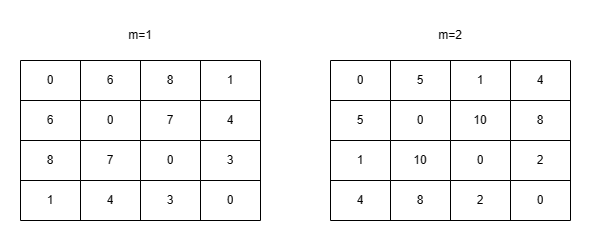
Before: drawio/PQ5.drawio.png, a diagram exported from draw.io (AirGalaxy/faiss_note). Source tidied: cells renumbered, new cells last; positions are measured from the earlier drawing's top-left corner, leaving out a move shared by most shapes.
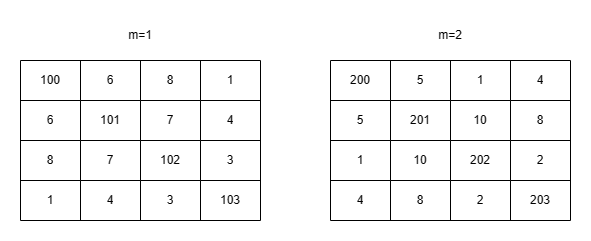
The same diagram one commit later.

Diff of the diagram source:
```diff
@@ -8,7 +8,7 @@
     <mxCell id="3" style="shape=tableRow;horizontal=0;startSize=0;swimlaneHead=0;swimlaneBody=0;strokeColor=inherit;top=0;left=0;bottom=0;right=0;fillColor=none;" parent="2" vertex="1">
       <mxGeometry width="240" height="40" as="geometry" />
     </mxCell>
-    <mxCell id="4" value="0" style="shape=partialRectangle;html=1;whiteSpace=wrap;strokeColor=inherit;overflow=hidden;fillColor=none;top=0;left=0;bottom=0;right=0;" parent="3" vertex="1">
+    <mxCell id="4" value="100" style="shape=partialRectangle;html=1;whiteSpace=wrap;strokeColor=inherit;overflow=hidden;fillColor=none;top=0;left=0;bottom=0;right=0;" parent="3" vertex="1">
       <mxGeometry width="60" height="40" as="geometry" />
     </mxCell>
     <mxCell id="5" value="6" style="shape=partialRectangle;html=1;whiteSpace=wrap;strokeColor=inherit;overflow=hidden;fillColor=none;top=0;left=0;bottom=0;right=0;" parent="3" vertex="1">
@@ -26,7 +26,7 @@
     <mxCell id="9" value="6" style="shape=partialRectangle;html=1;whiteSpace=wrap;strokeColor=inherit;overflow=hidden;fillColor=none;top=0;left=0;bottom=0;right=0;" parent="8" vertex="1">
       <mxGeometry width="60" height="40" as="geometry" />
     </mxCell>
-    <mxCell id="10" value="0" style="shape=partialRectangle;html=1;whiteSpace=wrap;strokeColor=inherit;overflow=hidden;fillColor=none;top=0;left=0;bottom=0;right=0;" parent="8" vertex="1">
+    <mxCell id="10" value="101" style="shape=partialRectangle;html=1;whiteSpace=wrap;strokeColor=inherit;overflow=hidden;fillColor=none;top=0;left=0;bottom=0;right=0;" parent="8" vertex="1">
       <mxGeometry x="60" width="60" height="40" as="geometry" />
     </mxCell>
     <mxCell id="11" value="7" style="shape=partialRectangle;html=1;whiteSpace=wrap;strokeColor=inherit;overflow=hidden;fillColor=none;top=0;left=0;bottom=0;right=0;" parent="8" vertex="1">
@@ -44,7 +44,7 @@
     <mxCell id="15" value="7" style="shape=partialRectangle;html=1;whiteSpace=wrap;strokeColor=inherit;overflow=hidden;fillColor=none;top=0;left=0;bottom=0;right=0;" parent="13" vertex="1">
       <mxGeometry x="60" width="60" height="40" as="geometry" />
     </mxCell>
-    <mxCell id="16" value="0" style="shape=partialRectangle;html=1;whiteSpace=wrap;strokeColor=inherit;overflow=hidden;fillColor=none;top=0;left=0;bottom=0;right=0;" parent="13" vertex="1">
+    <mxCell id="16" value="102" style="shape=partialRectangle;html=1;whiteSpace=wrap;strokeColor=inherit;overflow=hidden;fillColor=none;top=0;left=0;bottom=0;right=0;" parent="13" vertex="1">
       <mxGeometry x="120" width="60" height="40" as="geometry" />
     </mxCell>
     <mxCell id="17" value="3" style="shape=partialRectangle;html=1;whiteSpace=wrap;strokeColor=inherit;overflow=hidden;fillColor=none;top=0;left=0;bottom=0;right=0;" parent="13" vertex="1">
@@ -62,7 +62,7 @@
     <mxCell id="21" value="3" style="shape=partialRectangle;html=1;whiteSpace=wrap;strokeColor=inherit;overflow=hidden;fillColor=none;top=0;left=0;bottom=0;right=0;" parent="18" vertex="1">
       <mxGeometry x="120" width="60" height="40" as="geometry" />
     </mxCell>
-    <mxCell id="22" value="0" style="shape=partialRectangle;html=1;whiteSpace=wrap;strokeColor=inherit;overflow=hidden;fillColor=none;top=0;left=0;bottom=0;right=0;" parent="18" vertex="1">
+    <mxCell id="22" value="103" style="shape=partialRectangle;html=1;whiteSpace=wrap;strokeColor=inherit;overflow=hidden;fillColor=none;top=0;left=0;bottom=0;right=0;" parent="18" vertex="1">
       <mxGeometry x="180" width="60" height="40" as="geometry" />
     </mxCell>
     <mxCell id="23" value="m=1" style="text;strokeColor=none;align=center;fillColor=none;html=1;verticalAlign=middle;whiteSpace=wrap;rounded=0;" parent="1" vertex="1">
@@ -74,7 +74,7 @@
     <mxCell id="25" style="shape=tableRow;horizontal=0;startSize=0;swimlaneHead=0;swimlaneBody=0;strokeColor=inherit;top=0;left=0;bottom=0;right=0;fillColor=none;" parent="24" vertex="1">
       <mxGeometry width="240" height="40" as="geometry" />
     </mxCell>
-    <mxCell id="26" value="0" style="shape=partialRectangle;html=1;whiteSpace=wrap;strokeColor=inherit;overflow=hidden;fillColor=none;top=0;left=0;bottom=0;right=0;" parent="25" vertex="1">
+    <mxCell id="26" value="200" style="shape=partialRectangle;html=1;whiteSpace=wrap;strokeColor=inherit;overflow=hidden;fillColor=none;top=0;left=0;bottom=0;right=0;" parent="25" vertex="1">
       <mxGeometry width="60" height="40" as="geometry" />
     </mxCell>
     <mxCell id="27" value="5" style="shape=partialRectangle;html=1;whiteSpace=wrap;strokeColor=inherit;overflow=hidden;fillColor=none;top=0;left=0;bottom=0;right=0;" parent="25" vertex="1">
@@ -92,7 +92,7 @@
     <mxCell id="31" value="5" style="shape=partialRectangle;html=1;whiteSpace=wrap;strokeColor=inherit;overflow=hidden;fillColor=none;top=0;left=0;bottom=0;right=0;" parent="30" vertex="1">
       <mxGeometry width="60" height="40" as="geometry" />
     </mxCell>
-    <mxCell id="32" value="0" style="shape=partialRectangle;html=1;whiteSpace=wrap;strokeColor=inherit;overflow=hidden;fillColor=none;top=0;left=0;bottom=0;right=0;" parent="30" vertex="1">
+    <mxCell id="32" value="201" style="shape=partialRectangle;html=1;whiteSpace=wrap;strokeColor=inherit;overflow=hidden;fillColor=none;top=0;left=0;bottom=0;right=0;" parent="30" vertex="1">
       <mxGeometry x="60" width="60" height="40" as="geometry" />
     </mxCell>
     <mxCell id="33" value="10" style="shape=partialRectangle;html=1;whiteSpace=wrap;strokeColor=inherit;overflow=hidden;fillColor=none;top=0;left=0;bottom=0;right=0;" parent="30" vertex="1">
@@ -110,7 +110,7 @@
     <mxCell id="37" value="10" style="shape=partialRectangle;html=1;whiteSpace=wrap;strokeColor=inherit;overflow=hidden;fillColor=none;top=0;left=0;bottom=0;right=0;" parent="35" vertex="1">
       <mxGeometry x="60" width="60" height="40" as="geometry" />
     </mxCell>
-    <mxCell id="38" value="0" style="shape=partialRectangle;html=1;whiteSpace=wrap;strokeColor=inherit;overflow=hidden;fillColor=none;top=0;left=0;bottom=0;right=0;" parent="35" vertex="1">
+    <mxCell id="38" value="202" style="shape=partialRectangle;html=1;whiteSpace=wrap;strokeColor=inherit;overflow=hidden;fillColor=none;top=0;left=0;bottom=0;right=0;" parent="35" vertex="1">
       <mxGeometry x="120" width="60" height="40" as="geometry" />
     </mxCell>
     <mxCell id="39" value="2" style="shape=partialRectangle;html=1;whiteSpace=wrap;strokeColor=inherit;overflow=hidden;fillColor=none;top=0;left=0;bottom=0;right=0;" parent="35" vertex="1">
@@ -128,7 +128,7 @@
     <mxCell id="43" value="2" style="shape=partialRectangle;html=1;whiteSpace=wrap;strokeColor=inherit;overflow=hidden;fillColor=none;top=0;left=0;bottom=0;right=0;" parent="40" vertex="1">
       <mxGeometry x="120" width="60" height="40" as="geometry" />
     </mxCell>
-    <mxCell id="44" value="0" style="shape=partialRectangle;html=1;whiteSpace=wrap;strokeColor=inherit;overflow=hidden;fillColor=none;top=0;left=0;bottom=0;right=0;" parent="40" vertex="1">
+    <mxCell id="44" value="203" style="shape=partialRectangle;html=1;whiteSpace=wrap;strokeColor=inherit;overflow=hidden;fillColor=none;top=0;left=0;bottom=0;right=0;" parent="40" vertex="1">
       <mxGeometry x="180" width="60" height="40" as="geometry" />
     </mxCell>
     <mxCell id="45" value="m=2" style="text;strokeColor=none;align=center;fillColor=none;html=1;verticalAlign=middle;whiteSpace=wrap;rounded=0;" parent="1" vertex="1">
```
